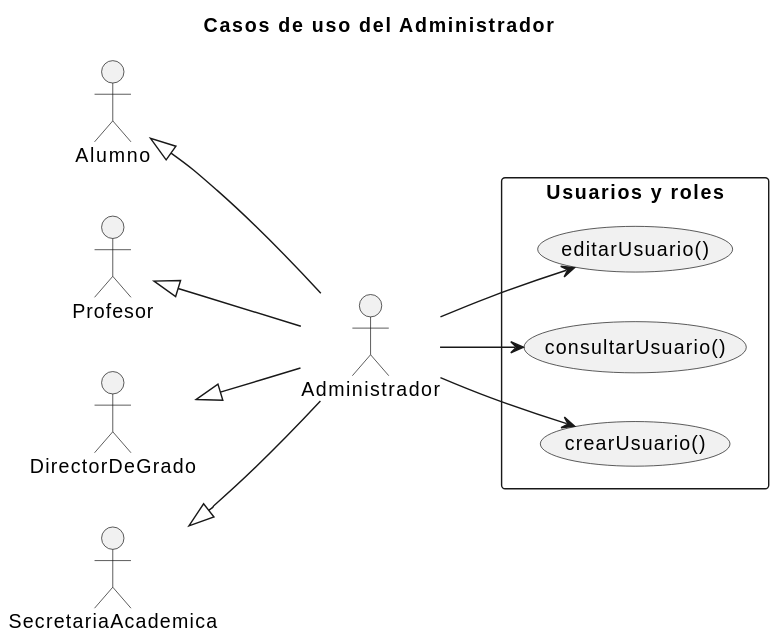
Above: documents/requisitado/01-actores-casos-uso/Administrador.svg in jerdier/25-26-idsw2-sdVC (PlantUML), before the change. The source it was exported from:
```plantuml
@startuml
Title Casos de uso del Administrador
left to right direction
skinparam packageStyle rectangle

actor Alumno
actor Profesor
actor DirectorDeGrado
actor SecretariaAcademica
actor Administrador

Alumno <|-- Administrador
Profesor <|-- Administrador
DirectorDeGrado <|-- Administrador
SecretariaAcademica <|-- Administrador

    package "Usuarios y roles" {
        usecase "crearUsuario()"     as UsuariosCrear
        usecase "consultarUsuario()" as UsuariosConsultar
        usecase "editarUsuario()"    as UsuariosEditar
    }

    Administrador --> UsuariosCrear
    Administrador --> UsuariosConsultar
    Administrador --> UsuariosEditar
@enduml
```
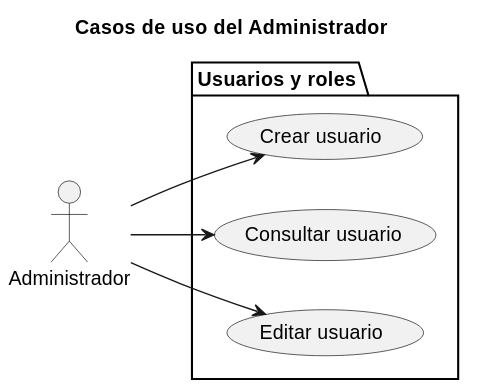
Above is the later version.

Diff of the diagram source:
```diff
@@ -1,26 +1,17 @@
 @startuml
 Title Casos de uso del Administrador
 left to right direction
-skinparam packageStyle rectangle
+skinparam style strictuml
 
-actor Alumno
-actor Profesor
-actor DirectorDeGrado
-actor SecretariaAcademica
 actor Administrador
 
-Alumno <|-- Administrador
-Profesor <|-- Administrador
-DirectorDeGrado <|-- Administrador
-SecretariaAcademica <|-- Administrador
+package "Usuarios y roles" {
+    usecase "Crear usuario" as UsuariosCrear
+    usecase "Consultar usuario" as UsuariosConsultar
+    usecase "Editar usuario" as UsuariosEditar
+}
 
-    package "Usuarios y roles" {
-        usecase "crearUsuario()"     as UsuariosCrear
-        usecase "consultarUsuario()" as UsuariosConsultar
-        usecase "editarUsuario()"    as UsuariosEditar
-    }
-
-    Administrador --> UsuariosCrear
-    Administrador --> UsuariosConsultar
-    Administrador --> UsuariosEditar
+Administrador --> UsuariosCrear
+Administrador --> UsuariosConsultar
+Administrador --> UsuariosEditar
 @enduml
```
